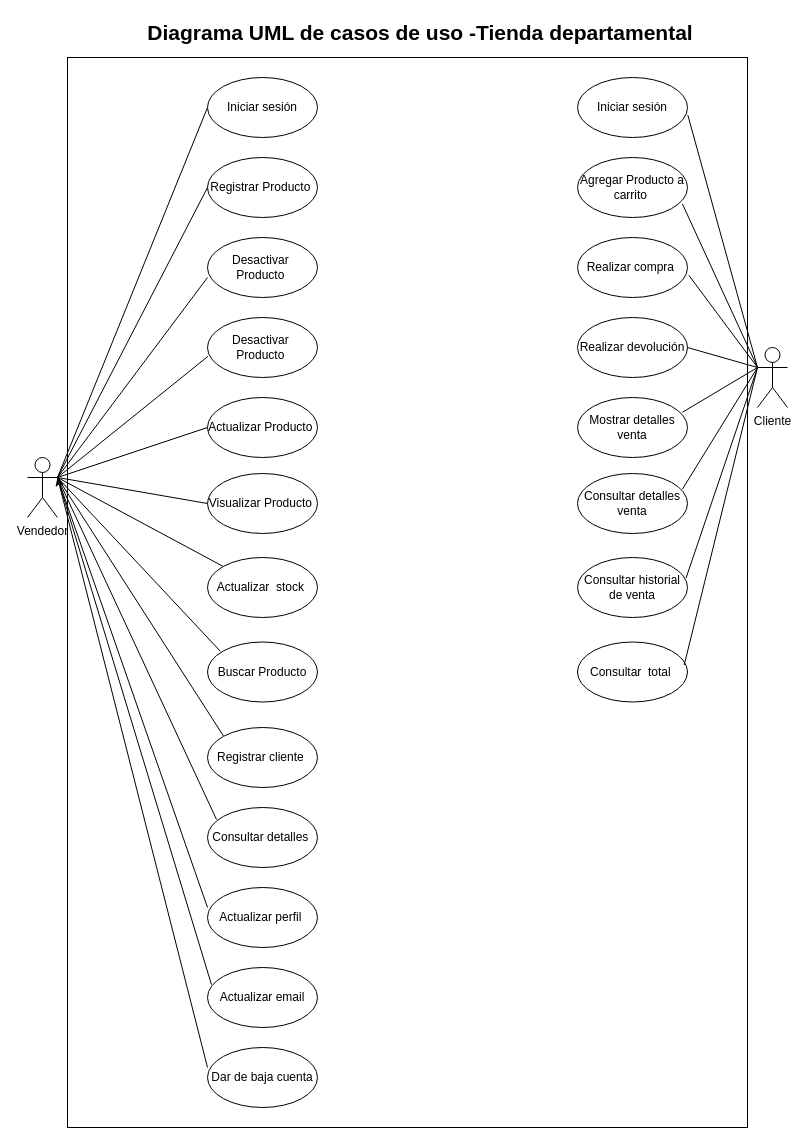
Earlier version of the draw.io diagram Diagrams/M4 Programaciòn Java-Casos de uso UML.drawio.xml (Isaicast/RepoPhytonYucMayo1). Source tidied: cells renumbered, new cells numbered last; positions are measured from the earlier drawing's top-left corner, leaving out a move shared by most shapes. Both pictures are drawn from the tidied source at 100%, with x=0, y=0 at pixel (27, 17).
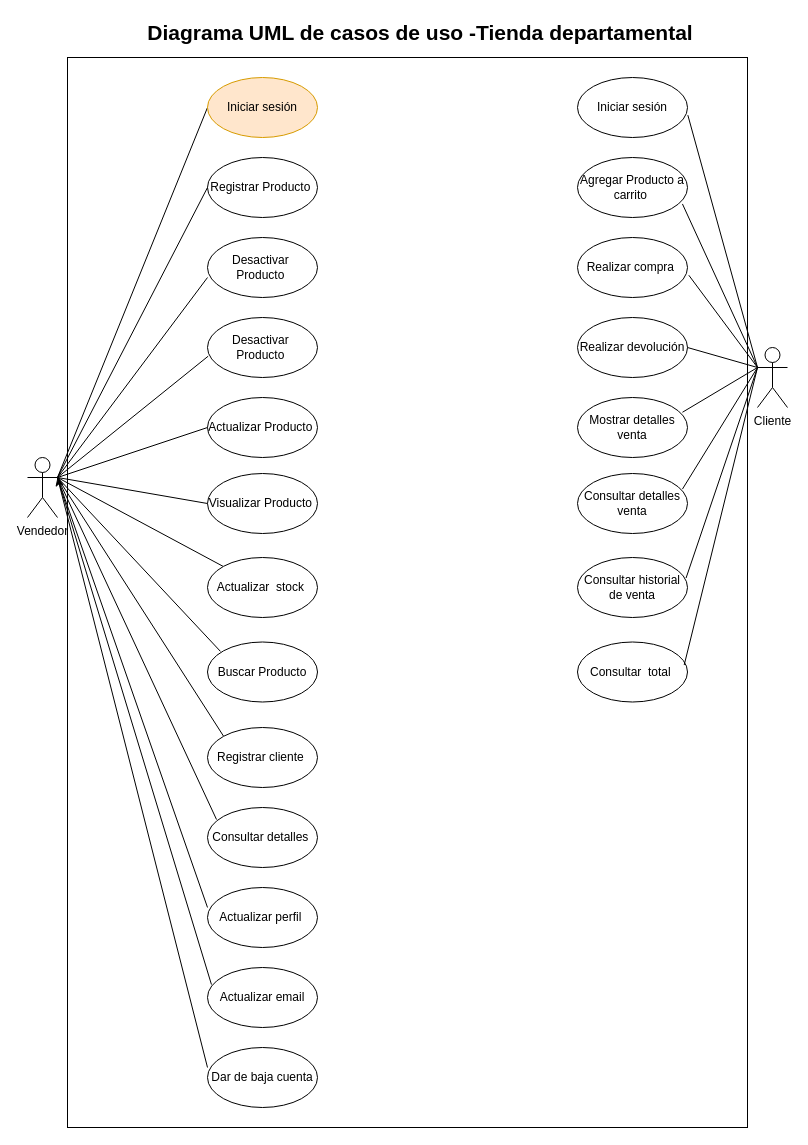
The same diagram, later.

What changed in the source:
```diff
@@
-    <mxCell id="22" value="Iniciar sesión" style="ellipse;whiteSpace=wrap;html=1;" parent="1" vertex="1">
+    <mxCell id="22" value="Iniciar sesión" style="ellipse;whiteSpace=wrap;html=1;fillColor=#ffe6cc;strokeColor=#d79b00;" parent="1" vertex="1">
       <mxGeometry x="180" y="60" width="110" height="60" as="geometry" />
     </mxCell>
```
